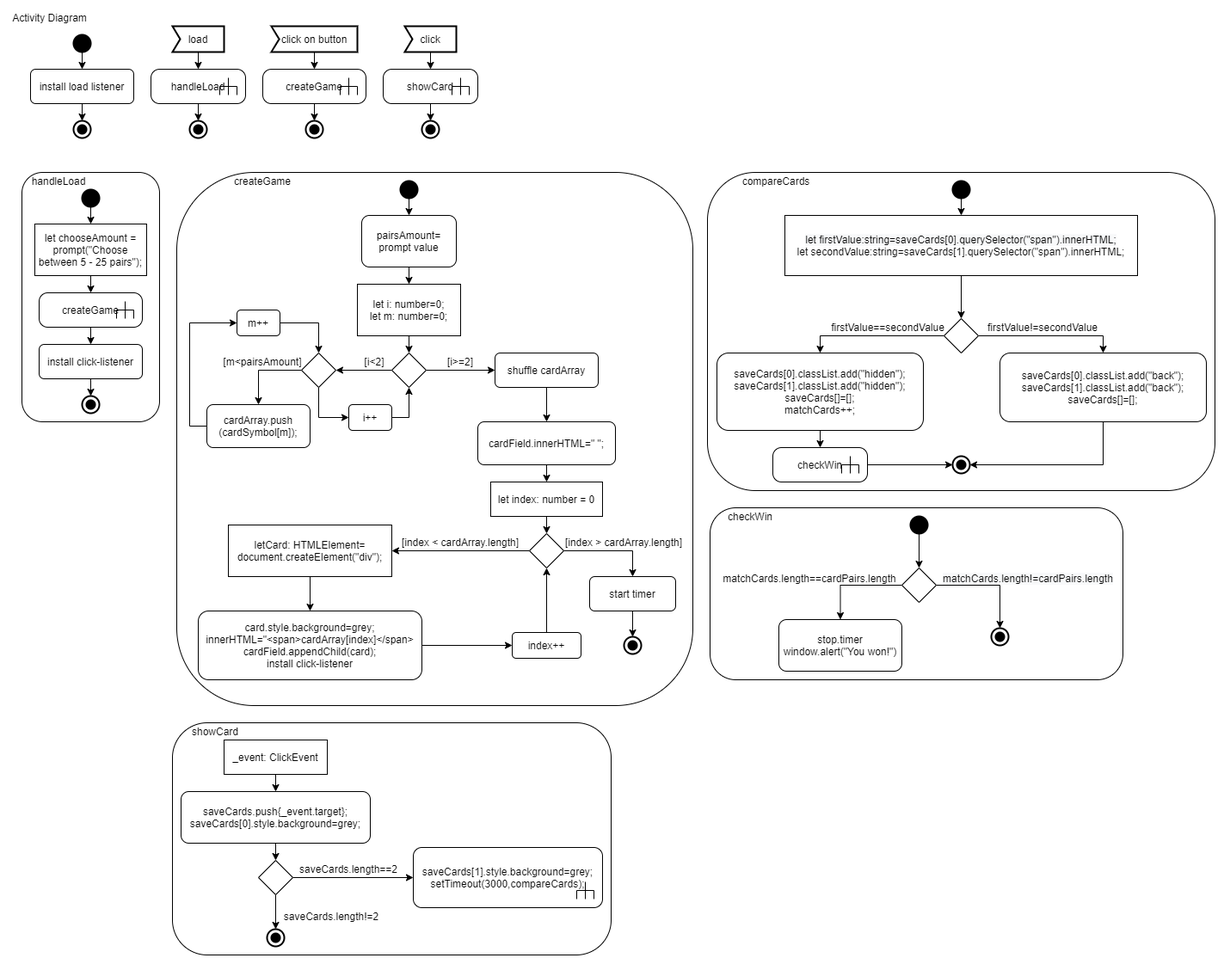
Above: L04/memory2.png in LercheKa/EIA2-SoSe21 (draw.io), before the change. Source tidied: cells renumbered, new cells last; positions are measured from the earlier drawing's top-left corner, leaving out a move shared by most shapes.
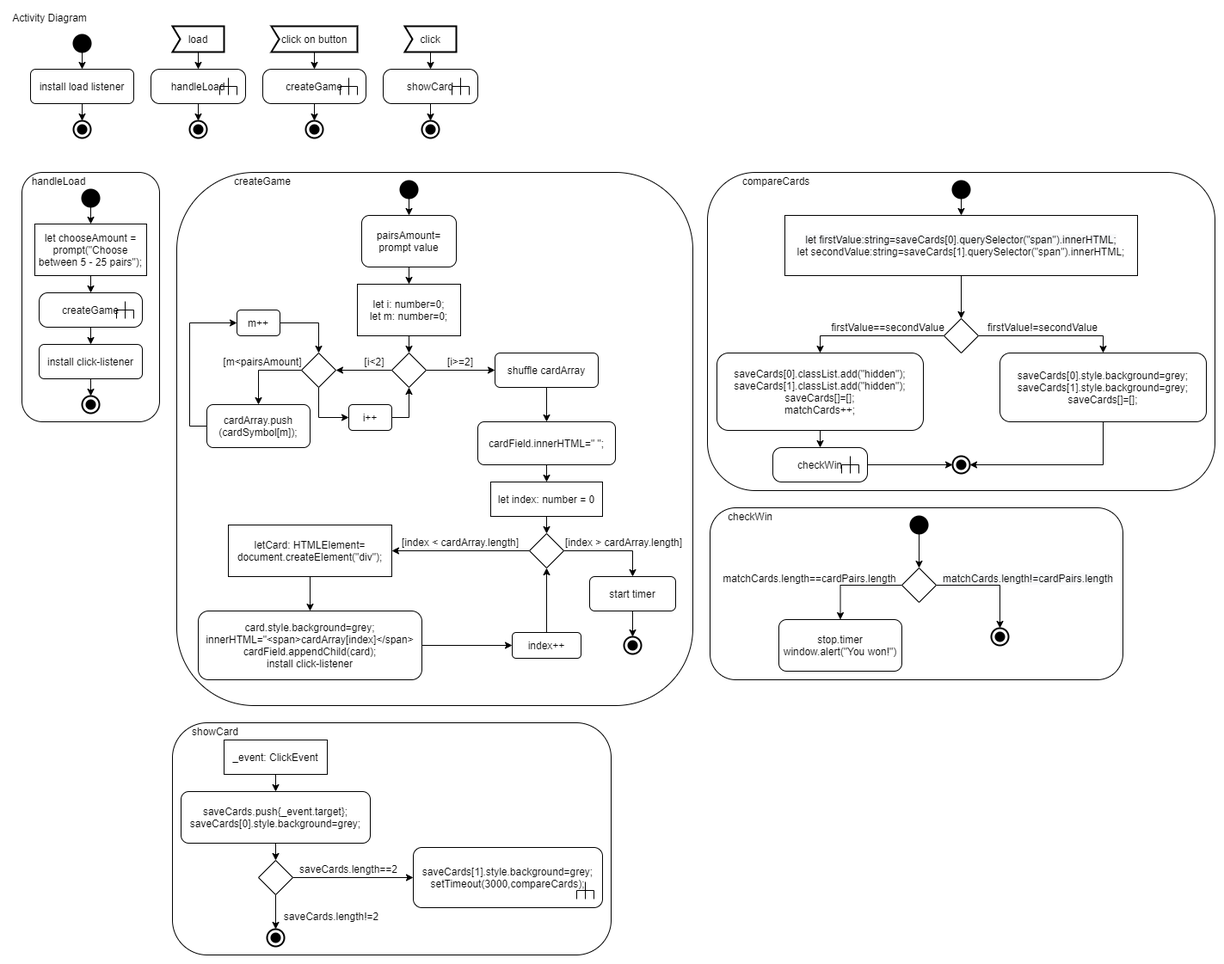
Later version of the same file.

Change to the diagram source:
```diff
@@ -320,7 +320,7 @@
     <mxCell id="101" style="edgeStyle=orthogonalEdgeStyle;rounded=0;jettySize=auto;html=1;exitX=0.5;exitY=1;exitDx=0;exitDy=0;entryX=1;entryY=0.5;entryDx=0;entryDy=0;entryPerimeter=0;" parent="1" edge="1" source="102" target="106">
       <mxGeometry relative="1" as="geometry" />
     </mxCell>
-    <mxCell id="102" value="saveCards[0].classList.add(&quot;back&quot;);&lt;br&gt;saveCards[1].classList.add(&quot;back&quot;);&lt;br&gt;saveCards[]=[];" style="rounded=1;whiteSpace=wrap;html=1;shadow=0;fillColor=#FFFFFF;" parent="1" vertex="1">
+    <mxCell id="102" value="saveCards[0].style.background=grey;&lt;br&gt;saveCards[1].style.background=grey;&lt;br&gt;saveCards[]=[];" style="rounded=1;whiteSpace=wrap;html=1;shadow=0;fillColor=#FFFFFF;" parent="1" vertex="1">
       <mxGeometry x="1152" y="400" width="240" height="80" as="geometry" />
     </mxCell>
     <mxCell id="103" value="firstValue!=secondValue" style="text;html=1;strokeColor=none;fillColor=none;align=center;verticalAlign=middle;whiteSpace=wrap;rounded=0;shadow=0;" parent="1" vertex="1">
```
